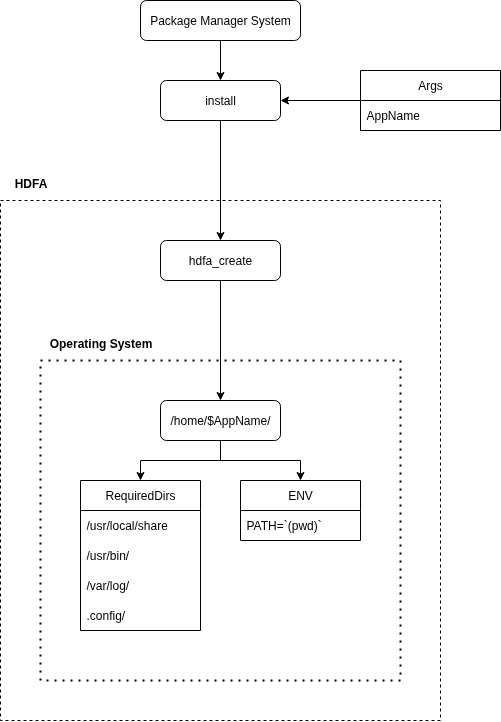
Above: docs/readme/Diagram.drawio.png in ames0k0/hdfa (draw.io), before the change. Source tidied: cells renumbered, new cells last; positions are measured from the earlier drawing's top-left corner, leaving out a move shared by most shapes.
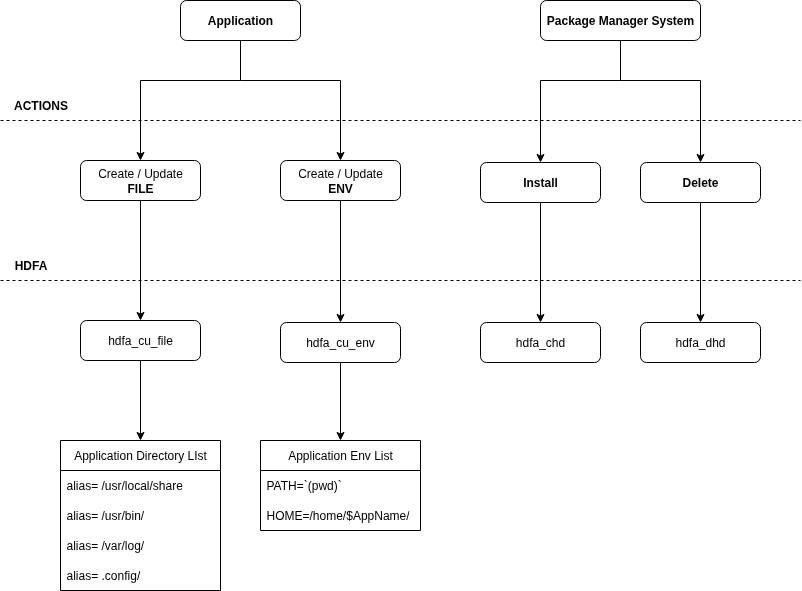
The same diagram one commit later.

Diff of the diagram source:
```diff
@@ -2,90 +2,127 @@
   <root>
     <mxCell id="0" />
     <mxCell id="1" parent="0" />
-    <mxCell id="2" style="edgeStyle=orthogonalEdgeStyle;rounded=0;jettySize=auto;html=1;" parent="1" edge="1" source="3" target="5">
-      <mxGeometry relative="1" as="geometry" />
-    </mxCell>
+    <mxCell id="25" style="edgeStyle=orthogonalEdgeStyle;rounded=0;jettySize=auto;html=1;" parent="1" edge="1" source="27" target="33">
+      <mxGeometry relative="1" as="geometry">
+        <Array as="points">
+          <mxPoint x="120" y="240" />
+          <mxPoint x="20" y="240" />
+        </Array>
+      </mxGeometry>
+    </mxCell>
+    <mxCell id="26" style="edgeStyle=orthogonalEdgeStyle;rounded=0;jettySize=auto;html=1;" parent="1" edge="1" source="27" target="35">
+      <mxGeometry relative="1" as="geometry">
+        <Array as="points">
+          <mxPoint x="120" y="240" />
+          <mxPoint x="220" y="240" />
+        </Array>
+      </mxGeometry>
+    </mxCell>
+    <mxCell id="27" value="Application" style="whiteSpace=wrap;html=1;rounded=1;fontStyle=1;" parent="1" vertex="1">
+      <mxGeometry x="60" y="160" width="120" height="40" as="geometry" />
+    </mxCell>
+    <mxCell id="28" style="edgeStyle=orthogonalEdgeStyle;rounded=0;jettySize=auto;html=1;" parent="1" edge="1" source="29" target="38">
+      <mxGeometry relative="1" as="geometry" />
+    </mxCell>
+    <mxCell id="29" value="Install" style="whiteSpace=wrap;html=1;rounded=1;fontStyle=1;" parent="1" vertex="1">
+      <mxGeometry x="360" y="322" width="120" height="40" as="geometry" />
+    </mxCell>
+    <mxCell id="30" style="endArrow=none;dashed=1;html=1;rounded=0;" parent="1" edge="1">
+      <mxGeometry relative="1" as="geometry">
+        <mxPoint x="-120" y="280" as="sourcePoint" />
+        <mxPoint x="680" y="280" as="targetPoint" />
+      </mxGeometry>
+    </mxCell>
+    <mxCell id="31" value="ACTIONS" style="text;html=1;align=center;verticalAlign=middle;strokeColor=none;fillColor=none;fontStyle=1;" parent="1" vertex="1">
+      <mxGeometry x="-120" y="250" width="80" height="30" as="geometry" />
+    </mxCell>
+    <mxCell id="32" style="edgeStyle=orthogonalEdgeStyle;rounded=0;jettySize=auto;html=1;" parent="1" edge="1" source="33" target="41">
+      <mxGeometry relative="1" as="geometry" />
+    </mxCell>
+    <mxCell id="33" value="Create / Update&lt;div&gt;&lt;b&gt;FILE&lt;/b&gt;&lt;/div&gt;" style="whiteSpace=wrap;html=1;rounded=1;" parent="1" vertex="1">
+      <mxGeometry x="-40" y="320" width="120" height="40" as="geometry" />
+    </mxCell>
+    <mxCell id="34" style="edgeStyle=orthogonalEdgeStyle;rounded=0;jettySize=auto;html=1;" parent="1" edge="1" source="35" target="51">
+      <mxGeometry relative="1" as="geometry" />
+    </mxCell>
+    <mxCell id="35" value="Create / Update&lt;div&gt;&lt;b&gt;ENV&lt;/b&gt;&lt;/div&gt;" style="whiteSpace=wrap;html=1;rounded=1;" parent="1" vertex="1">
+      <mxGeometry x="160" y="320" width="120" height="40" as="geometry" />
+    </mxCell>
+    <mxCell id="36" style="edgeStyle=orthogonalEdgeStyle;rounded=0;jettySize=auto;html=1;" parent="1" edge="1" source="37" target="42">
+      <mxGeometry relative="1" as="geometry" />
+    </mxCell>
+    <mxCell id="37" value="Delete" style="whiteSpace=wrap;html=1;rounded=1;fontStyle=1;" parent="1" vertex="1">
+      <mxGeometry x="520" y="322" width="120" height="40" as="geometry" />
+    </mxCell>
+    <mxCell id="38" value="hdfa_chd" style="whiteSpace=wrap;html=1;rounded=1;" parent="1" vertex="1">
+      <mxGeometry x="360" y="482" width="120" height="40" as="geometry" />
+    </mxCell>
+    <mxCell id="10" value="HDFA" style="text;html=1;align=center;verticalAlign=middle;strokeColor=none;fillColor=none;fontStyle=1;" parent="1" vertex="1">
+      <mxGeometry x="-120" y="410" width="60" height="30" as="geometry" />
+    </mxCell>
+    <mxCell id="39" style="endArrow=none;dashed=1;html=1;rounded=0;" parent="1" edge="1">
+      <mxGeometry relative="1" as="geometry">
+        <mxPoint x="-120" y="440" as="sourcePoint" />
+        <mxPoint x="680" y="440" as="targetPoint" />
+      </mxGeometry>
+    </mxCell>
+    <mxCell id="40" style="edgeStyle=orthogonalEdgeStyle;rounded=0;jettySize=auto;html=1;" parent="1" edge="1" source="41" target="43">
+      <mxGeometry relative="1" as="geometry" />
+    </mxCell>
+    <mxCell id="41" value="hdfa_cu_file" style="whiteSpace=wrap;html=1;rounded=1;" parent="1" vertex="1">
+      <mxGeometry x="-40" y="480" width="120" height="40" as="geometry" />
+    </mxCell>
+    <mxCell id="42" value="hdfa_dhd" style="whiteSpace=wrap;html=1;rounded=1;" parent="1" vertex="1">
+      <mxGeometry x="520" y="482" width="120" height="40" as="geometry" />
+    </mxCell>
+    <mxCell id="43" value="Application Directory LIst" style="swimlane;fontStyle=0;horizontal=1;startSize=30;whiteSpace=wrap;html=1;" parent="1" vertex="1">
+      <mxGeometry x="-60" y="600" width="160" height="150" as="geometry" />
+    </mxCell>
+    <mxCell id="44" value="alias= /usr/local/share" style="text;strokeColor=none;fillColor=none;align=left;verticalAlign=middle;spacingLeft=4;spacingRight=4;overflow=hidden;whiteSpace=wrap;html=1;" parent="43" vertex="1">
+      <mxGeometry y="30" width="160" height="30" as="geometry" />
+    </mxCell>
+    <mxCell id="45" value="alias= /usr/bin/" style="text;strokeColor=none;fillColor=none;align=left;verticalAlign=middle;spacingLeft=4;spacingRight=4;overflow=hidden;whiteSpace=wrap;html=1;" parent="43" vertex="1">
+      <mxGeometry y="60" width="160" height="30" as="geometry" />
+    </mxCell>
+    <mxCell id="46" value="alias= /var/log/" style="text;strokeColor=none;fillColor=none;align=left;verticalAlign=middle;spacingLeft=4;spacingRight=4;overflow=hidden;whiteSpace=wrap;html=1;" parent="43" vertex="1">
+      <mxGeometry y="90" width="160" height="30" as="geometry" />
+    </mxCell>
+    <mxCell id="47" value="alias= .config/" style="text;strokeColor=none;fillColor=none;align=left;verticalAlign=middle;spacingLeft=4;spacingRight=4;overflow=hidden;whiteSpace=wrap;html=1;" parent="43" vertex="1">
+      <mxGeometry y="120" width="160" height="30" as="geometry" />
+    </mxCell>
+    <mxCell id="48" value="Application Env List" style="swimlane;fontStyle=0;horizontal=1;startSize=30;whiteSpace=wrap;html=1;" parent="1" vertex="1">
+      <mxGeometry x="140" y="600" width="160" height="90" as="geometry" />
+    </mxCell>
+    <mxCell id="15" value="PATH=`(pwd)`" style="text;strokeColor=none;fillColor=none;align=left;verticalAlign=middle;spacingLeft=4;spacingRight=4;overflow=hidden;whiteSpace=wrap;html=1;" parent="48" vertex="1">
+      <mxGeometry y="30" width="160" height="30" as="geometry" />
+    </mxCell>
+    <mxCell id="49" value="HOME=&lt;span style=&quot;text-align: center; text-wrap-mode: nowrap;&quot;&gt;/home/$AppName/&lt;/span&gt;" style="text;strokeColor=none;fillColor=none;align=left;verticalAlign=middle;spacingLeft=4;spacingRight=4;overflow=hidden;whiteSpace=wrap;html=1;" parent="48" vertex="1">
+      <mxGeometry y="60" width="160" height="30" as="geometry" />
+    </mxCell>
+    <mxCell id="50" style="edgeStyle=orthogonalEdgeStyle;rounded=0;jettySize=auto;html=1;" parent="1" edge="1" source="51" target="48">
+      <mxGeometry relative="1" as="geometry" />
+    </mxCell>
+    <mxCell id="51" value="hdfa_cu_env" style="whiteSpace=wrap;html=1;rounded=1;" parent="1" vertex="1">
+      <mxGeometry x="160" y="482" width="120" height="40" as="geometry" />
+    </mxCell>
+    <mxCell id="52" style="edgeStyle=orthogonalEdgeStyle;rounded=0;jettySize=auto;html=1;" parent="1" edge="1" source="3" target="29">
+      <mxGeometry relative="1" as="geometry">
+        <Array as="points">
+          <mxPoint x="500" y="240" />
+          <mxPoint x="420" y="240" />
+        </Array>
+      </mxGeometry>
+    </mxCell>
+    <mxCell id="53" style="edgeStyle=orthogonalEdgeStyle;rounded=0;jettySize=auto;html=1;" parent="1" edge="1" source="3" target="37">
+      <mxGeometry relative="1" as="geometry">
+        <Array as="points">
+          <mxPoint x="500" y="240" />
+          <mxPoint x="580" y="240" />
+        </Array>
+      </mxGeometry>
+    </mxCell>
-    <mxCell id="3" value="Package Manager System" style="rounded=1;whiteSpace=wrap;html=1;" parent="1" vertex="1">
-      <mxGeometry x="140" width="160" height="40" as="geometry" />
+    <mxCell id="3" value="Package Manager System" style="rounded=1;whiteSpace=wrap;html=1;fontStyle=1;" parent="1" vertex="1">
+      <mxGeometry x="420" y="160" width="160" height="40" as="geometry" />
     </mxCell>
-    <mxCell id="4" style="edgeStyle=orthogonalEdgeStyle;rounded=0;jettySize=auto;html=1;" parent="1" edge="1" source="5" target="12">
-      <mxGeometry relative="1" as="geometry" />
-    </mxCell>
-    <mxCell id="5" value="install" style="whiteSpace=wrap;html=1;rounded=1;" parent="1" vertex="1">
-      <mxGeometry x="160" y="80" width="120" height="40" as="geometry" />
-    </mxCell>
-    <mxCell id="6" style="edgeStyle=orthogonalEdgeStyle;rounded=0;jettySize=auto;html=1;" parent="1" edge="1" source="7" target="5">
-      <mxGeometry relative="1" as="geometry" />
-    </mxCell>
-    <mxCell id="7" value="Args" style="swimlane;fontStyle=0;horizontal=1;startSize=30;whiteSpace=wrap;html=1;" parent="1" vertex="1">
-      <mxGeometry x="360" y="70" width="140" height="60" as="geometry" />
-    </mxCell>
-    <mxCell id="8" value="AppName" style="text;strokeColor=none;fillColor=none;align=left;verticalAlign=middle;spacingLeft=4;spacingRight=4;overflow=hidden;whiteSpace=wrap;html=1;" parent="7" vertex="1">
-      <mxGeometry y="30" width="140" height="30" as="geometry" />
-    </mxCell>
-    <mxCell id="9" style="endArrow=none;dashed=1;html=1;rounded=0;" parent="1" edge="1">
-      <mxGeometry relative="1" as="geometry">
-        <mxPoint y="200" as="sourcePoint" />
-        <mxPoint y="200" as="targetPoint" />
-        <Array as="points">
-          <mxPoint x="440" y="200" />
-          <mxPoint x="440" y="720" />
-          <mxPoint y="720" />
-        </Array>
-      </mxGeometry>
-    </mxCell>
-    <mxCell id="10" value="&lt;b&gt;HDFA&lt;/b&gt;" style="text;html=1;align=center;verticalAlign=middle;strokeColor=none;fillColor=none;" parent="1" vertex="1">
-      <mxGeometry y="168" width="60" height="30" as="geometry" />
-    </mxCell>
-    <mxCell id="11" style="edgeStyle=orthogonalEdgeStyle;rounded=0;jettySize=auto;html=1;" parent="1" edge="1" source="12" target="18">
-      <mxGeometry relative="1" as="geometry" />
-    </mxCell>
-    <mxCell id="12" value="hdfa_create" style="whiteSpace=wrap;html=1;rounded=1;" parent="1" vertex="1">
-      <mxGeometry x="160" y="240" width="120" height="40" as="geometry" />
-    </mxCell>
-    <mxCell id="13" style="endArrow=none;dashed=1;html=1;dashPattern=1 3;strokeWidth=2;rounded=0;" parent="1" edge="1">
-      <mxGeometry relative="1" as="geometry">
-        <mxPoint x="40" y="360" as="sourcePoint" />
-        <mxPoint x="40" y="360" as="targetPoint" />
-        <Array as="points">
-          <mxPoint x="400" y="360" />
-          <mxPoint x="400" y="680" />
-          <mxPoint x="40" y="680" />
-        </Array>
-      </mxGeometry>
-    </mxCell>
-    <mxCell id="14" value="ENV" style="swimlane;fontStyle=0;horizontal=1;startSize=30;whiteSpace=wrap;html=1;" parent="1" vertex="1">
-      <mxGeometry x="240" y="480" width="120" height="60" as="geometry" />
-    </mxCell>
-    <mxCell id="15" value="PATH=`(pwd)`" style="text;strokeColor=none;fillColor=none;align=left;verticalAlign=middle;spacingLeft=4;spacingRight=4;overflow=hidden;whiteSpace=wrap;html=1;" parent="14" vertex="1">
-      <mxGeometry y="30" width="120" height="30" as="geometry" />
-    </mxCell>
-    <mxCell id="16" style="edgeStyle=orthogonalEdgeStyle;rounded=0;jettySize=auto;html=1;" parent="1" edge="1" source="18" target="19">
-      <mxGeometry relative="1" as="geometry" />
-    </mxCell>
-    <mxCell id="17" style="edgeStyle=orthogonalEdgeStyle;rounded=0;jettySize=auto;html=1;" parent="1" edge="1" source="18" target="14">
-      <mxGeometry relative="1" as="geometry" />
-    </mxCell>
-    <mxCell id="18" value="&lt;span style=&quot;text-wrap-mode: nowrap;&quot;&gt;/home/$AppName/&lt;/span&gt;" style="whiteSpace=wrap;html=1;rounded=1;" parent="1" vertex="1">
-      <mxGeometry x="160" y="400" width="120" height="40" as="geometry" />
-    </mxCell>
-    <mxCell id="19" value="RequiredDirs" style="swimlane;fontStyle=0;horizontal=1;startSize=30;whiteSpace=wrap;html=1;" parent="1" vertex="1">
-      <mxGeometry x="80" y="480" width="120" height="150" as="geometry" />
-    </mxCell>
-    <mxCell id="20" value="/usr/local/share" style="text;strokeColor=none;fillColor=none;align=left;verticalAlign=middle;spacingLeft=4;spacingRight=4;overflow=hidden;whiteSpace=wrap;html=1;" parent="19" vertex="1">
-      <mxGeometry y="30" width="120" height="30" as="geometry" />
-    </mxCell>
-    <mxCell id="21" value="/usr/bin/" style="text;strokeColor=none;fillColor=none;align=left;verticalAlign=middle;spacingLeft=4;spacingRight=4;overflow=hidden;whiteSpace=wrap;html=1;" parent="19" vertex="1">
-      <mxGeometry y="60" width="120" height="30" as="geometry" />
-    </mxCell>
-    <mxCell id="22" value="/var/log/" style="text;strokeColor=none;fillColor=none;align=left;verticalAlign=middle;spacingLeft=4;spacingRight=4;overflow=hidden;whiteSpace=wrap;html=1;" parent="19" vertex="1">
-      <mxGeometry y="90" width="120" height="30" as="geometry" />
-    </mxCell>
-    <mxCell id="23" value=".config/" style="text;strokeColor=none;fillColor=none;align=left;verticalAlign=middle;spacingLeft=4;spacingRight=4;overflow=hidden;whiteSpace=wrap;html=1;" parent="19" vertex="1">
-      <mxGeometry y="120" width="120" height="30" as="geometry" />
-    </mxCell>
-    <mxCell id="24" value="Operating System" style="text;html=1;align=center;verticalAlign=middle;strokeColor=none;fillColor=none;fontStyle=1;" parent="1" vertex="1">
-      <mxGeometry x="40" y="328" width="120" height="30" as="geometry" />
-    </mxCell>
   </root>
 </mxGraphModel>
```
